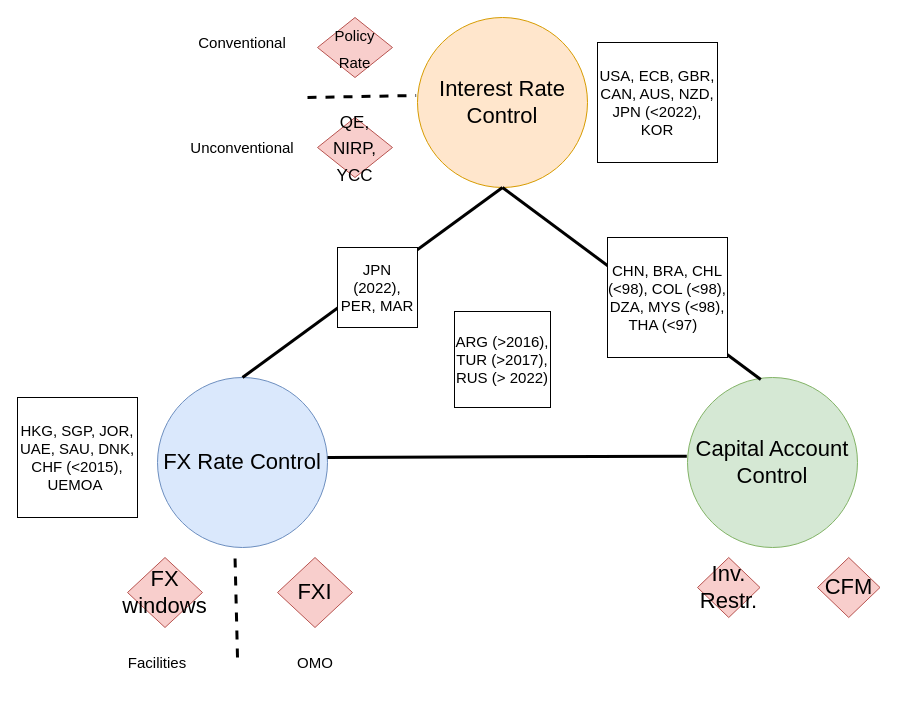
The draw.io diagram book/docs/Slides/fxi_theory_practice/img/Trilemma.drawio in amineraboun/STI_FX_Intervention, before the edit. Source tidied: cells renumbered, new cells numbered last; positions are measured from the earlier drawing's top-left corner, leaving out a move shared by most shapes. Both pictures are drawn from the tidied source at 100%, with x=0, y=0 at pixel (17, 17).
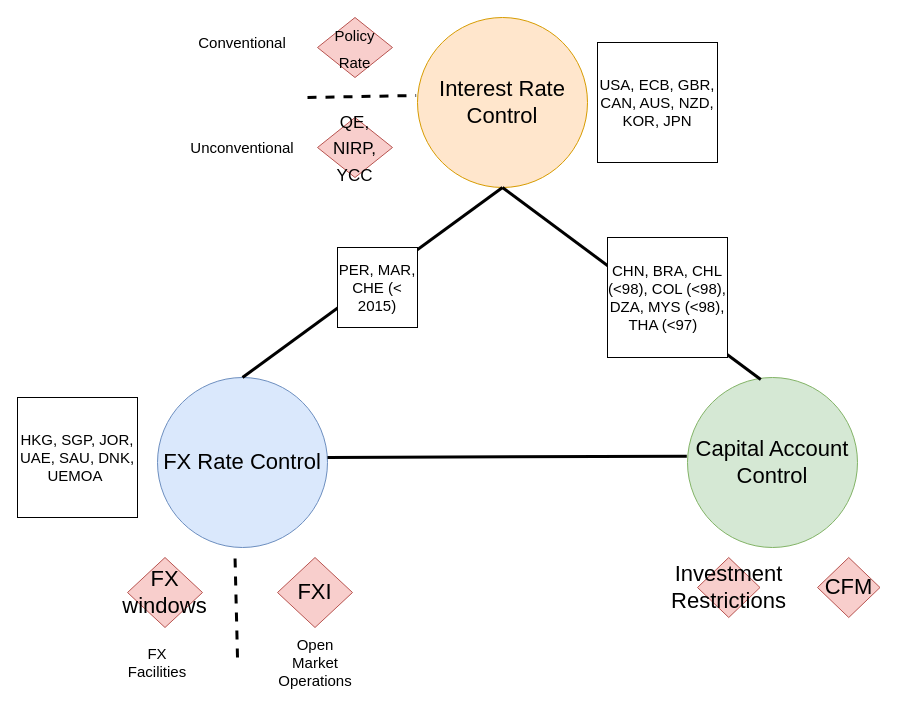
After the change.

The edit, as a diff of the source:
```diff
@@
-    <mxCell id="9" value="Inv. Restr." style="rhombus;whiteSpace=wrap;html=1;fontSize=22;fillColor=#f8cecc;strokeColor=#b85450;align=center;" parent="1" vertex="1">
+    <mxCell id="9" value="Investment Restrictions" style="rhombus;whiteSpace=wrap;html=1;fontSize=22;fillColor=#f8cecc;strokeColor=#b85450;align=center;" parent="1" vertex="1">
       <mxGeometry x="680" y="540" width="62.5" height="60" as="geometry" />
     </mxCell>
@@
-    <mxCell id="12" value="USA, ECB, GBR, CAN, AUS, NZD, JPN (&amp;lt;2022), KOR" style="whiteSpace=wrap;html=1;fontSize=15;" parent="1" vertex="1">
+    <mxCell id="12" value="USA, ECB, GBR, CAN, AUS, NZD, KOR, JPN" style="whiteSpace=wrap;html=1;fontSize=15;" parent="1" vertex="1">
       <mxGeometry x="580" y="25" width="120" height="120" as="geometry" />
     </mxCell>
@@
-    <mxCell id="14" value="HKG, SGP, JOR, UAE, SAU, DNK,&lt;br&gt;CHF (&amp;lt;2015), UEMOA&amp;nbsp;" style="whiteSpace=wrap;html=1;fontSize=15;" parent="1" vertex="1">
+    <mxCell id="14" value="HKG, SGP, JOR, UAE, SAU, DNK,&lt;br&gt;UEMOA&amp;nbsp;" style="whiteSpace=wrap;html=1;fontSize=15;" parent="1" vertex="1">
       <mxGeometry y="380" width="120" height="120" as="geometry" />
     </mxCell>
-    <mxCell id="15" value="JPN (2022), PER, MAR" style="whiteSpace=wrap;html=1;fontSize=15;" parent="1" vertex="1">
+    <mxCell id="15" value="PER, MAR, CHE (&amp;lt; 2015)" style="whiteSpace=wrap;html=1;fontSize=15;" parent="1" vertex="1">
       <mxGeometry x="320" y="230" width="80" height="80" as="geometry" />
     </mxCell>
-    <mxCell id="16" value="ARG (&amp;gt;2016), TUR (&amp;gt;2017), RUS (&amp;gt; 2022)" style="whiteSpace=wrap;html=1;fontSize=15;" parent="1" vertex="1">
-      <mxGeometry x="437" y="294" width="96" height="96" as="geometry" />
-    </mxCell>
@@
-    <mxCell id="22" value="Facilities" style="text;html=1;strokeColor=none;fillColor=none;align=center;verticalAlign=middle;whiteSpace=wrap;rounded=0;fontSize=15;" parent="1" vertex="1">
+    <mxCell id="22" value="FX Facilities" style="text;html=1;strokeColor=none;fillColor=none;align=center;verticalAlign=middle;whiteSpace=wrap;rounded=0;fontSize=15;" parent="1" vertex="1">
       <mxGeometry x="110" y="630" width="60" height="30" as="geometry" />
     </mxCell>
-    <mxCell id="23" value="OMO" style="text;html=1;strokeColor=none;fillColor=none;align=center;verticalAlign=middle;whiteSpace=wrap;rounded=0;fontSize=15;" parent="1" vertex="1">
+    <mxCell id="23" value="Open Market Operations&lt;br&gt;" style="text;html=1;strokeColor=none;fillColor=none;align=center;verticalAlign=middle;whiteSpace=wrap;rounded=0;fontSize=15;" parent="1" vertex="1">
       <mxGeometry x="267.5" y="630" width="60" height="30" as="geometry" />
     </mxCell>
```
